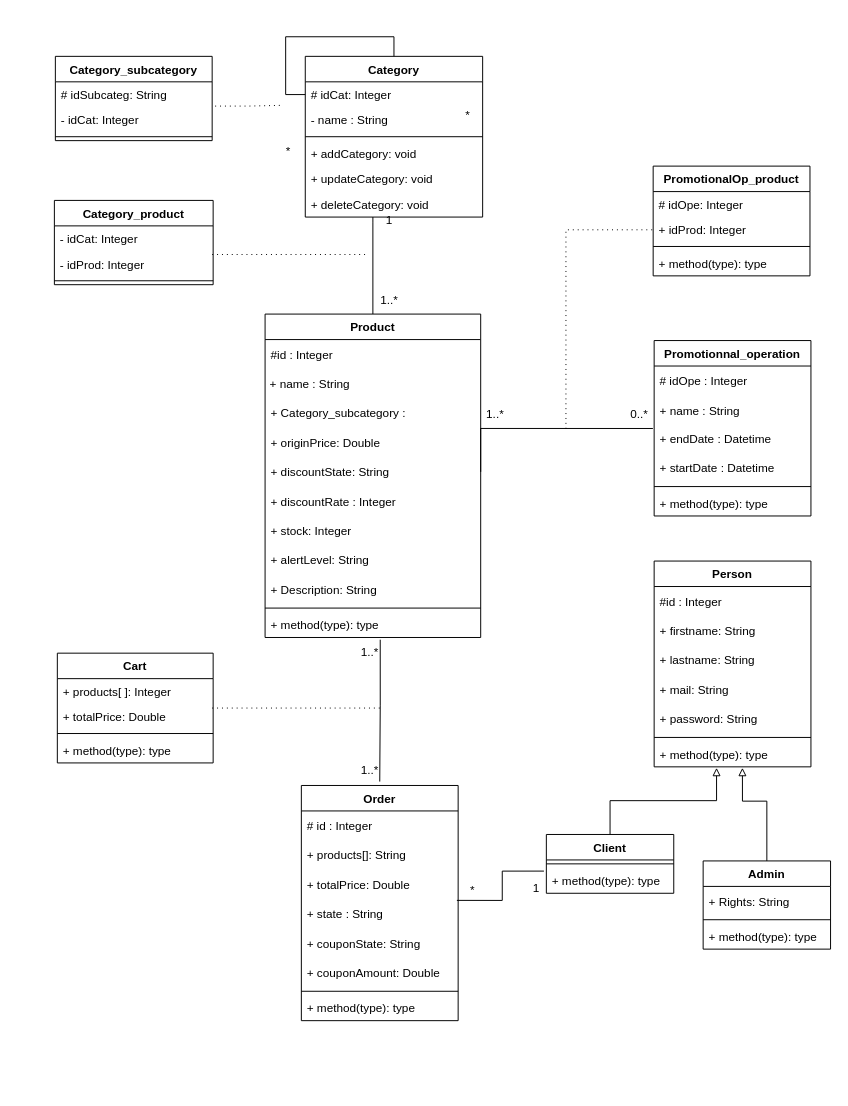
Before: ptut8_DiagrammeDeClasse_V1.0.drawio in zbendd/ptut8, a draw.io diagram. Source tidied: cells renumbered, new cells numbered last; positions are measured from the earlier drawing's top-left corner, leaving out a move shared by most shapes. Both pictures are drawn from the tidied source at 98%, with x=0, y=0 at pixel (54, 56).
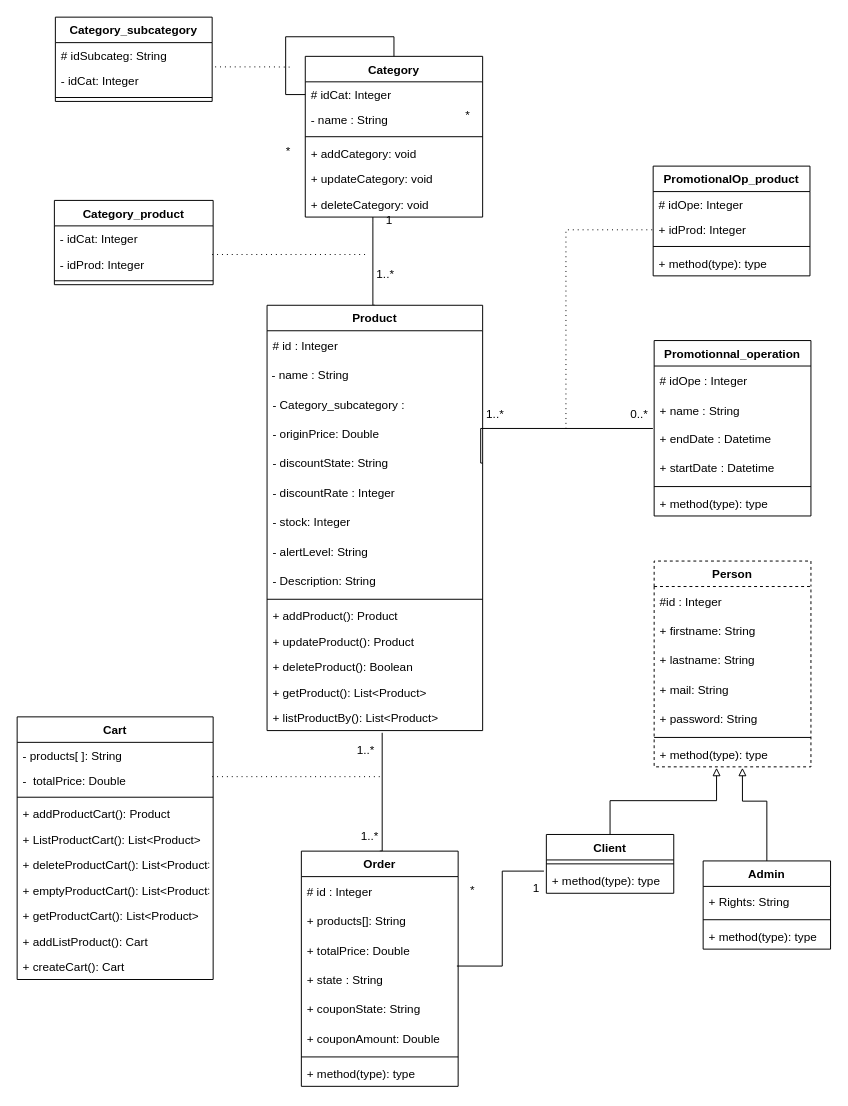
After the change.

The change refers to these unchanged cells:
```xml
<mxCell id="34" value="# idSubcateg: String" style="text;strokeColor=none;fillColor=none;align=left;verticalAlign=top;spacingLeft=4;spacingRight=4;overflow=hidden;points=[[0,0.5],[1,0.5]];portConstraint=eastwest;" parent="33" vertex="1">
  <mxGeometry y="26" width="160" height="26" as="geometry" />
</mxCell>
```

Change to the diagram source:
```diff
@@
-    <mxCell id="2" style="edgeStyle=orthogonalEdgeStyle;rounded=0;jettySize=auto;html=1;endArrow=none;endFill=0;exitX=0.534;exitY=1.087;exitDx=0;exitDy=0;exitPerimeter=0;" parent="1" edge="1" source="48">
+    <mxCell id="2" style="edgeStyle=orthogonalEdgeStyle;rounded=0;jettySize=auto;html=1;endArrow=none;endFill=0;exitX=0.534;exitY=1.087;exitDx=0;exitDy=0;exitPerimeter=0;entryX=0.5;entryY=0;entryDx=0;entryDy=0;" parent="1" edge="1" source="48" target="58">
       <mxGeometry relative="1" as="geometry">
-        <mxPoint x="332" y="740" as="targetPoint" />
         <Array as="points">
-          <mxPoint x="332" y="662" />
+          <mxPoint x="335" y="811" />
         </Array>
       </mxGeometry>
     </mxCell>
@@
     <mxCell id="9" value="1..*" style="text;html=1;strokeColor=none;fillColor=none;align=center;verticalAlign=middle;whiteSpace=wrap;rounded=0;" parent="1" vertex="1">
-      <mxGeometry x="331.5" y="239" width="20" height="20" as="geometry" />
+      <mxGeometry x="328" y="213" width="20" height="20" as="geometry" />
     </mxCell>
@@
     <mxCell id="13" value="1..*" style="text;html=1;strokeColor=none;fillColor=none;align=center;verticalAlign=middle;whiteSpace=wrap;rounded=0;" parent="1" vertex="1">
-      <mxGeometry x="311.5" y="714" width="20" height="30" as="geometry" />
+      <mxGeometry x="311.5" y="781" width="20" height="30" as="geometry" />
     </mxCell>
     <mxCell id="14" value="1..*" style="text;html=1;strokeColor=none;fillColor=none;align=center;verticalAlign=middle;whiteSpace=wrap;rounded=0;" parent="1" vertex="1">
-      <mxGeometry x="312" y="593" width="20" height="30" as="geometry" />
+      <mxGeometry x="308" y="693" width="20" height="30" as="geometry" />
     </mxCell>
@@
     <mxCell id="33" value="Category_subcategory" style="swimlane;fontStyle=1;align=center;verticalAlign=top;horizontal=1;startSize=26;" parent="1" vertex="1">
-      <mxGeometry x="1" width="160" height="86" as="geometry" />
+      <mxGeometry x="1" y="-40" width="160" height="86" as="geometry" />
     </mxCell>
@@
     <mxCell id="37" value="Product" style="swimlane;fontStyle=1;align=center;verticalAlign=top;horizontal=1;startSize=26;" parent="1" vertex="1">
-      <mxGeometry x="215" y="263" width="220" height="330" as="geometry" />
+      <mxGeometry x="217" y="254" width="220" height="434" as="geometry" />
     </mxCell>
-    <mxCell id="38" value="#id : Integer" style="text;strokeColor=none;fillColor=none;align=left;verticalAlign=middle;spacingLeft=4;spacingRight=4;overflow=hidden;" parent="37" vertex="1">
+    <mxCell id="38" value="# id : Integer" style="text;strokeColor=none;fillColor=none;align=left;verticalAlign=middle;spacingLeft=4;spacingRight=4;overflow=hidden;" parent="37" vertex="1">
       <mxGeometry y="26" width="220" height="30" as="geometry" />
     </mxCell>
-    <mxCell id="39" value="+ name : String" style="text;strokeColor=none;fillColor=none;align=left;verticalAlign=middle;spacingLeft=4;spacingRight=4;overflow=hidden;spacing=1;" parent="37" vertex="1">
+    <mxCell id="39" value="- name : String" style="text;strokeColor=none;fillColor=none;align=left;verticalAlign=middle;spacingLeft=4;spacingRight=4;overflow=hidden;spacing=1;" parent="37" vertex="1">
       <mxGeometry y="56" width="220" height="30" as="geometry" />
     </mxCell>
-    <mxCell id="40" value="+ Category_subcategory : " style="text;strokeColor=none;fillColor=none;align=left;verticalAlign=middle;spacingLeft=4;spacingRight=4;overflow=hidden;" parent="37" vertex="1">
+    <mxCell id="40" value="- Category_subcategory : " style="text;strokeColor=none;fillColor=none;align=left;verticalAlign=middle;spacingLeft=4;spacingRight=4;overflow=hidden;" parent="37" vertex="1">
       <mxGeometry y="86" width="220" height="30" as="geometry" />
     </mxCell>
-    <mxCell id="41" value="+ originPrice: Double" style="text;strokeColor=none;fillColor=none;align=left;verticalAlign=middle;spacingLeft=4;spacingRight=4;overflow=hidden;" parent="37" vertex="1">
+    <mxCell id="41" value="- originPrice: Double" style="text;strokeColor=none;fillColor=none;align=left;verticalAlign=middle;spacingLeft=4;spacingRight=4;overflow=hidden;" parent="37" vertex="1">
       <mxGeometry y="116" width="220" height="30" as="geometry" />
     </mxCell>
-    <mxCell id="42" value="+ discountState: String" style="text;strokeColor=none;fillColor=none;align=left;verticalAlign=middle;spacingLeft=4;spacingRight=4;overflow=hidden;points=[[0,0.5],[1,0.5]];portConstraint=eastwest;" parent="37" vertex="1">
+    <mxCell id="42" value="- discountState: String" style="text;strokeColor=none;fillColor=none;align=left;verticalAlign=middle;spacingLeft=4;spacingRight=4;overflow=hidden;points=[[0,0.5],[1,0.5]];portConstraint=eastwest;" parent="37" vertex="1">
       <mxGeometry y="146" width="220" height="30" as="geometry" />
     </mxCell>
-    <mxCell id="43" value="+ discountRate : Integer" style="text;strokeColor=none;fillColor=none;align=left;verticalAlign=middle;spacingLeft=4;spacingRight=4;overflow=hidden;" parent="37" vertex="1">
+    <mxCell id="43" value="- discountRate : Integer" style="text;strokeColor=none;fillColor=none;align=left;verticalAlign=middle;spacingLeft=4;spacingRight=4;overflow=hidden;" parent="37" vertex="1">
       <mxGeometry y="176" width="220" height="30" as="geometry" />
     </mxCell>
-    <mxCell id="44" value="+ stock: Integer" style="text;strokeColor=none;fillColor=none;align=left;verticalAlign=middle;spacingLeft=4;spacingRight=4;overflow=hidden;" parent="37" vertex="1">
+    <mxCell id="44" value="- stock: Integer" style="text;strokeColor=none;fillColor=none;align=left;verticalAlign=middle;spacingLeft=4;spacingRight=4;overflow=hidden;" parent="37" vertex="1">
       <mxGeometry y="206" width="220" height="30" as="geometry" />
     </mxCell>
-    <mxCell id="45" value="+ alertLevel: String" style="text;strokeColor=none;fillColor=none;align=left;verticalAlign=middle;spacingLeft=4;spacingRight=4;overflow=hidden;" parent="37" vertex="1">
+    <mxCell id="45" value="- alertLevel: String" style="text;strokeColor=none;fillColor=none;align=left;verticalAlign=middle;spacingLeft=4;spacingRight=4;overflow=hidden;" parent="37" vertex="1">
       <mxGeometry y="236" width="220" height="30" as="geometry" />
     </mxCell>
-    <mxCell id="46" value="+ Description: String" style="text;strokeColor=none;fillColor=none;align=left;verticalAlign=middle;spacingLeft=4;spacingRight=4;overflow=hidden;" parent="37" vertex="1">
+    <mxCell id="46" value="- Description: String" style="text;strokeColor=none;fillColor=none;align=left;verticalAlign=middle;spacingLeft=4;spacingRight=4;overflow=hidden;" parent="37" vertex="1">
       <mxGeometry y="266" width="220" height="30" as="geometry" />
     </mxCell>
@@
+    <mxCell id="92" value="+ addProduct(): Product" style="text;strokeColor=none;fillColor=none;align=left;verticalAlign=top;spacingLeft=4;spacingRight=4;overflow=hidden;" parent="37" vertex="1">
+      <mxGeometry y="304" width="220" height="26" as="geometry" />
+    </mxCell>
+    <mxCell id="93" value="+ updateProduct(): Product" style="text;strokeColor=none;fillColor=none;align=left;verticalAlign=top;spacingLeft=4;spacingRight=4;overflow=hidden;" parent="37" vertex="1">
+      <mxGeometry y="330" width="220" height="26" as="geometry" />
+    </mxCell>
+    <mxCell id="94" value="+ deleteProduct(): Boolean" style="text;strokeColor=none;fillColor=none;align=left;verticalAlign=top;spacingLeft=4;spacingRight=4;overflow=hidden;" parent="37" vertex="1">
+      <mxGeometry y="356" width="220" height="26" as="geometry" />
+    </mxCell>
+    <mxCell id="95" value="+ getProduct(): List&lt;Product&gt;" style="text;strokeColor=none;fillColor=none;align=left;verticalAlign=top;spacingLeft=4;spacingRight=4;overflow=hidden;" parent="37" vertex="1">
+      <mxGeometry y="382" width="220" height="26" as="geometry" />
+    </mxCell>
-    <mxCell id="48" value="+ method(type): type" style="text;strokeColor=none;fillColor=none;align=left;verticalAlign=top;spacingLeft=4;spacingRight=4;overflow=hidden;points=[[0,0.5],[1,0.5]];portConstraint=eastwest;" parent="37" vertex="1">
-      <mxGeometry y="304" width="220" height="26" as="geometry" />
+    <mxCell id="48" value="+ listProductBy(): List&lt;Product&gt;" style="text;strokeColor=none;fillColor=none;align=left;verticalAlign=top;spacingLeft=4;spacingRight=4;overflow=hidden;points=[[0,0.5],[1,0.5]];portConstraint=eastwest;" parent="37" vertex="1">
+      <mxGeometry y="408" width="220" height="26" as="geometry" />
     </mxCell>
@@
     <mxCell id="53" value="Cart" style="swimlane;fontStyle=1;align=center;verticalAlign=top;horizontal=1;startSize=26;" parent="1" vertex="1">
-      <mxGeometry x="3" y="609" width="159" height="112" as="geometry" />
+      <mxGeometry x="-38" y="674" width="200" height="268" as="geometry" />
     </mxCell>
-    <mxCell id="54" value="+ products[ ]: Integer" style="text;strokeColor=none;fillColor=none;align=left;verticalAlign=top;spacingLeft=4;spacingRight=4;overflow=hidden;" parent="53" vertex="1">
-      <mxGeometry y="26" width="159" height="26" as="geometry" />
+    <mxCell id="54" value="- products[ ]: String" style="text;strokeColor=none;fillColor=none;align=left;verticalAlign=top;spacingLeft=4;spacingRight=4;overflow=hidden;" parent="53" vertex="1">
+      <mxGeometry y="26" width="200" height="26" as="geometry" />
     </mxCell>
-    <mxCell id="55" value="+ totalPrice: Double" style="text;strokeColor=none;fillColor=none;align=left;verticalAlign=top;spacingLeft=4;spacingRight=4;overflow=hidden;" parent="53" vertex="1">
-      <mxGeometry y="52" width="159" height="26" as="geometry" />
+    <mxCell id="55" value="-  totalPrice: Double" style="text;strokeColor=none;fillColor=none;align=left;verticalAlign=top;spacingLeft=4;spacingRight=4;overflow=hidden;" parent="53" vertex="1">
+      <mxGeometry y="52" width="200" height="26" as="geometry" />
     </mxCell>
     <mxCell id="56" style="line;strokeWidth=1;fillColor=none;align=left;verticalAlign=middle;spacingTop=-1;spacingLeft=3;spacingRight=3;labelPosition=right;" parent="53" vertex="1">
-      <mxGeometry y="78" width="159" height="8" as="geometry" />
+      <mxGeometry y="78" width="200" height="8" as="geometry" />
     </mxCell>
-    <mxCell id="57" value="+ method(type): type" style="text;strokeColor=none;fillColor=none;align=left;verticalAlign=top;spacingLeft=4;spacingRight=4;overflow=hidden;" parent="53" vertex="1">
-      <mxGeometry y="86" width="159" height="26" as="geometry" />
-    </mxCell>
+    <mxCell id="96" value="+ addProductCart(): Product" style="text;strokeColor=none;fillColor=none;align=left;verticalAlign=top;spacingLeft=4;spacingRight=4;overflow=hidden;" parent="53" vertex="1">
+      <mxGeometry y="86" width="200" height="26" as="geometry" />
+    </mxCell>
+    <mxCell id="97" value="+ ListProductCart(): List&lt;Product&gt;" style="text;strokeColor=none;fillColor=none;align=left;verticalAlign=top;spacingLeft=4;spacingRight=4;overflow=hidden;" parent="53" vertex="1">
+      <mxGeometry y="112" width="200" height="26" as="geometry" />
+    </mxCell>
+    <mxCell id="98" value="+ deleteProductCart(): List&lt;Product&gt;" style="text;strokeColor=none;fillColor=none;align=left;verticalAlign=top;spacingLeft=4;spacingRight=4;overflow=hidden;" parent="53" vertex="1">
+      <mxGeometry y="138" width="200" height="26" as="geometry" />
+    </mxCell>
+    <mxCell id="99" value="+ emptyProductCart(): List&lt;Product&gt;" style="text;strokeColor=none;fillColor=none;align=left;verticalAlign=top;spacingLeft=4;spacingRight=4;overflow=hidden;" parent="53" vertex="1">
+      <mxGeometry y="164" width="200" height="26" as="geometry" />
+    </mxCell>
+    <mxCell id="100" value="+ getProductCart(): List&lt;Product&gt;" style="text;strokeColor=none;fillColor=none;align=left;verticalAlign=top;spacingLeft=4;spacingRight=4;overflow=hidden;" parent="53" vertex="1">
+      <mxGeometry y="190" width="200" height="26" as="geometry" />
+    </mxCell>
+    <mxCell id="101" value="+ addListProduct(): Cart" style="text;strokeColor=none;fillColor=none;align=left;verticalAlign=top;spacingLeft=4;spacingRight=4;overflow=hidden;" parent="53" vertex="1">
+      <mxGeometry y="216" width="200" height="26" as="geometry" />
+    </mxCell>
+    <mxCell id="102" value="+ createCart(): Cart" style="text;strokeColor=none;fillColor=none;align=left;verticalAlign=top;spacingLeft=4;spacingRight=4;overflow=hidden;" parent="53" vertex="1">
+      <mxGeometry y="242" width="200" height="26" as="geometry" />
+    </mxCell>
     <mxCell id="58" value="Order" style="swimlane;fontStyle=1;align=center;verticalAlign=top;horizontal=1;startSize=26;" parent="1" vertex="1">
-      <mxGeometry x="252" y="744" width="160" height="240" as="geometry" />
+      <mxGeometry x="252" y="811" width="160" height="240" as="geometry" />
     </mxCell>
@@
-    <mxCell id="74" value="Person" style="swimlane;fontStyle=1;align=center;verticalAlign=top;horizontal=1;startSize=26;" parent="1" vertex="1">
+    <mxCell id="74" value="Person" style="swimlane;fontStyle=1;align=center;verticalAlign=top;horizontal=1;startSize=26;dashed=1;" parent="1" vertex="1">
       <mxGeometry x="612" y="515" width="160" height="210" as="geometry" />
     </mxCell>
@@
     <mxCell id="82" style="edgeStyle=elbowEdgeStyle;fontSize=12;html=1;endFill=0;startFill=0;endSize=6;startSize=6;dashed=1;dashPattern=1 4;endArrow=none;startArrow=none;rounded=0;exitX=1.019;exitY=0.952;exitDx=0;exitDy=0;exitPerimeter=0;" parent="1" edge="1" source="34">
       <mxGeometry relative="1" as="geometry">
-        <mxPoint x="232" y="50" as="targetPoint" />
+        <mxPoint x="242" y="11" as="targetPoint" />
+        <Array as="points">
+          <mxPoint x="222" y="11" />
+        </Array>
       </mxGeometry>
     </mxCell>
@@
     <mxCell id="90" style="edgeStyle=elbowEdgeStyle;fontSize=12;html=1;endFill=0;startFill=0;endSize=6;startSize=6;dashed=1;dashPattern=1 4;endArrow=none;startArrow=none;rounded=0;" parent="1" edge="1">
       <mxGeometry relative="1" as="geometry">
-        <mxPoint x="161" y="665" as="sourcePoint" />
-        <mxPoint x="332" y="665" as="targetPoint" />
+        <mxPoint x="161" y="735" as="sourcePoint" />
+        <mxPoint x="332" y="735" as="targetPoint" />
       </mxGeometry>
     </mxCell>
```
